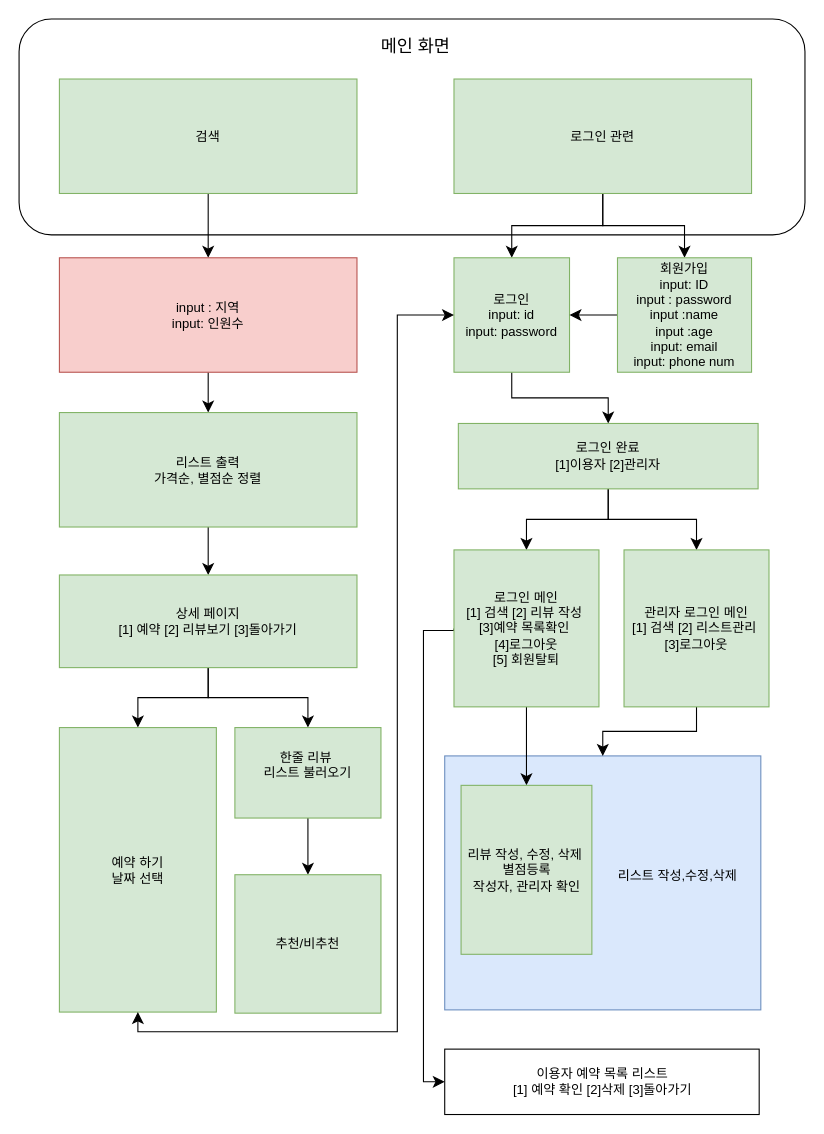
Earlier version of the draw.io diagram 제목 없는 다이어그램.drawio (networkSorcerer/KDT_DB_PROJECT). Source tidied: cells renumbered, new cells numbered last; positions are measured from the earlier drawing's top-left corner, leaving out a move shared by most shapes. Both pictures are drawn from the tidied source at 109%, with x=0, y=0 at pixel (19, 19).
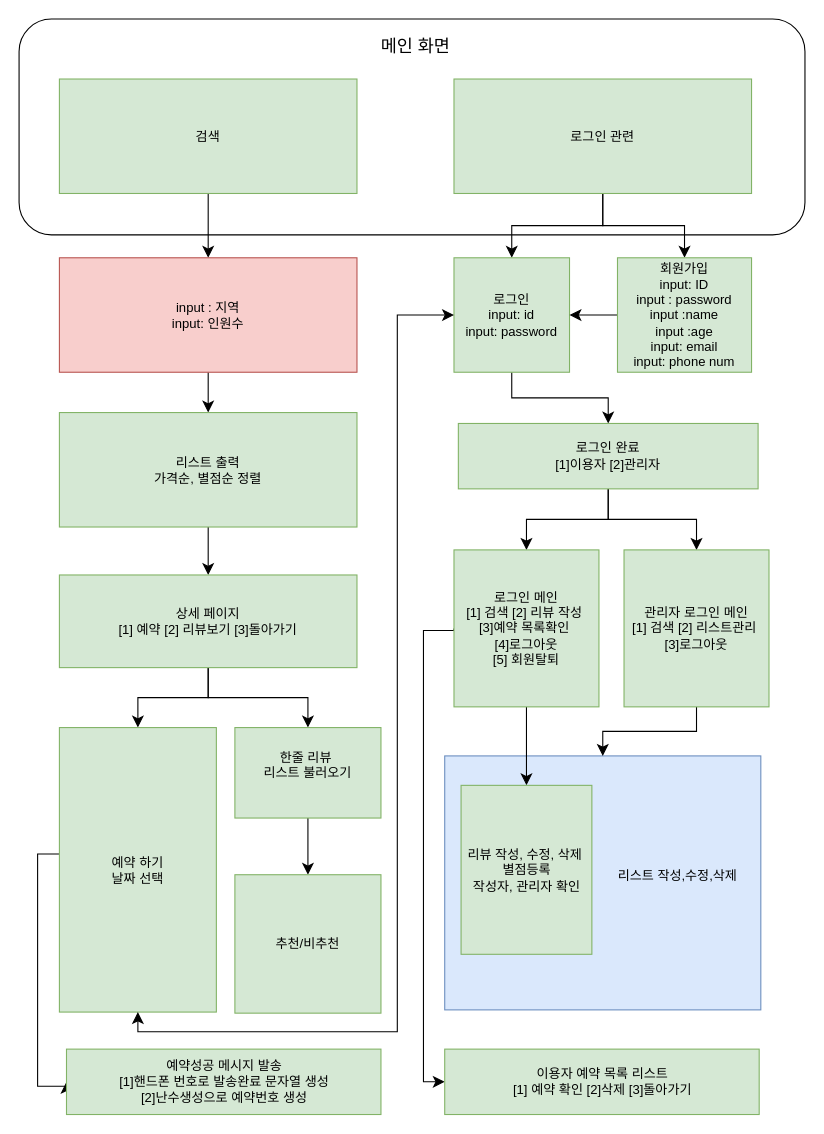
The same page after the edit.

Commit message:
제목 없는 다이어그램.drawio 업데이트

Unchanged cells that the change refers to:
```xml
<mxCell id="27" value="예약 하기&lt;div&gt;날짜 선택&lt;/div&gt;" style="rounded=0;whiteSpace=wrap;html=1;fillColor=#d5e8d4;strokeColor=#82b366;" parent="1" vertex="1">
  <mxGeometry x="37" y="650" width="144" height="261" as="geometry" />
</mxCell>
```

Diff of the diagram source:
```diff
@@
+    <mxCell id="37" style="edgeStyle=orthogonalEdgeStyle;rounded=0;jettySize=auto;html=1;entryX=0;entryY=0.5;entryDx=0;entryDy=0;fontSize=12;startSize=8;endSize=8;" parent="1" edge="1" source="27" target="38">
+      <mxGeometry relative="1" as="geometry">
+        <Array as="points">
+          <mxPoint x="17" y="766" />
+          <mxPoint x="17" y="979" />
+        </Array>
+      </mxGeometry>
+    </mxCell>
@@
-    <mxCell id="36" value="이용자 예약 목록 리스트&lt;div&gt;[1] 예약 확인 [2]삭제 [3]돌아가기&lt;/div&gt;" style="rounded=0;whiteSpace=wrap;html=1;" parent="1" vertex="1">
+    <mxCell id="36" value="이용자 예약 목록 리스트&lt;div&gt;[1] 예약 확인 [2]삭제 [3]돌아가기&lt;/div&gt;" style="rounded=0;whiteSpace=wrap;html=1;fillColor=#d5e8d4;strokeColor=#82b366;" parent="1" vertex="1">
       <mxGeometry x="390.5" y="945" width="288.5" height="60" as="geometry" />
     </mxCell>
+    <mxCell id="38" value="예약성공 메시지 발송&lt;div&gt;[1]핸드폰 번호로 발송완료 문자열 생성&lt;br&gt;[2]난수생성으로 예약번호 생성&lt;/div&gt;" style="rounded=0;whiteSpace=wrap;html=1;fillColor=#d5e8d4;strokeColor=#82b366;" parent="1" vertex="1">
+      <mxGeometry x="43.5" y="945" width="288.5" height="60" as="geometry" />
+    </mxCell>
```
